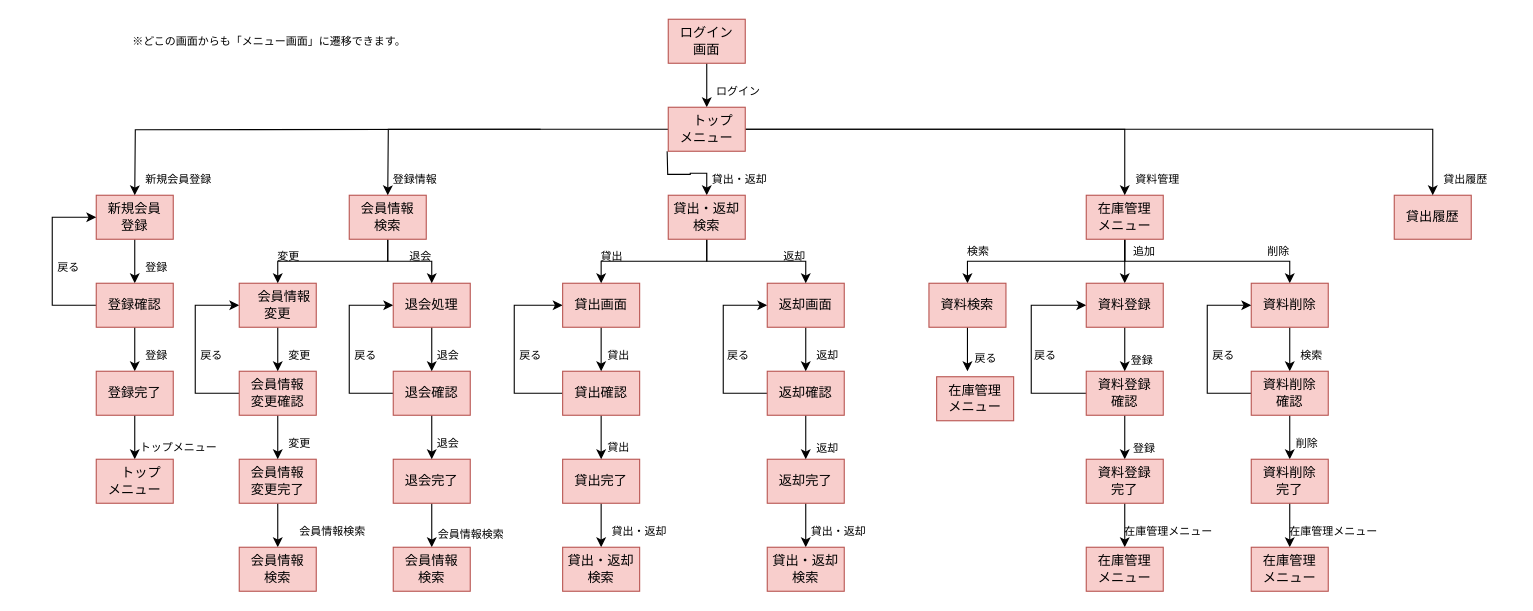
The draw.io diagram チームB.drawio in 2022java42-student004/Library, before the edit. Source tidied: cells renumbered, new cells numbered last; positions are measured from the earlier drawing's top-left corner, leaving out a move shared by most shapes. Both pictures are drawn from the tidied source at 110%, with x=0, y=0 at pixel (19, 19).
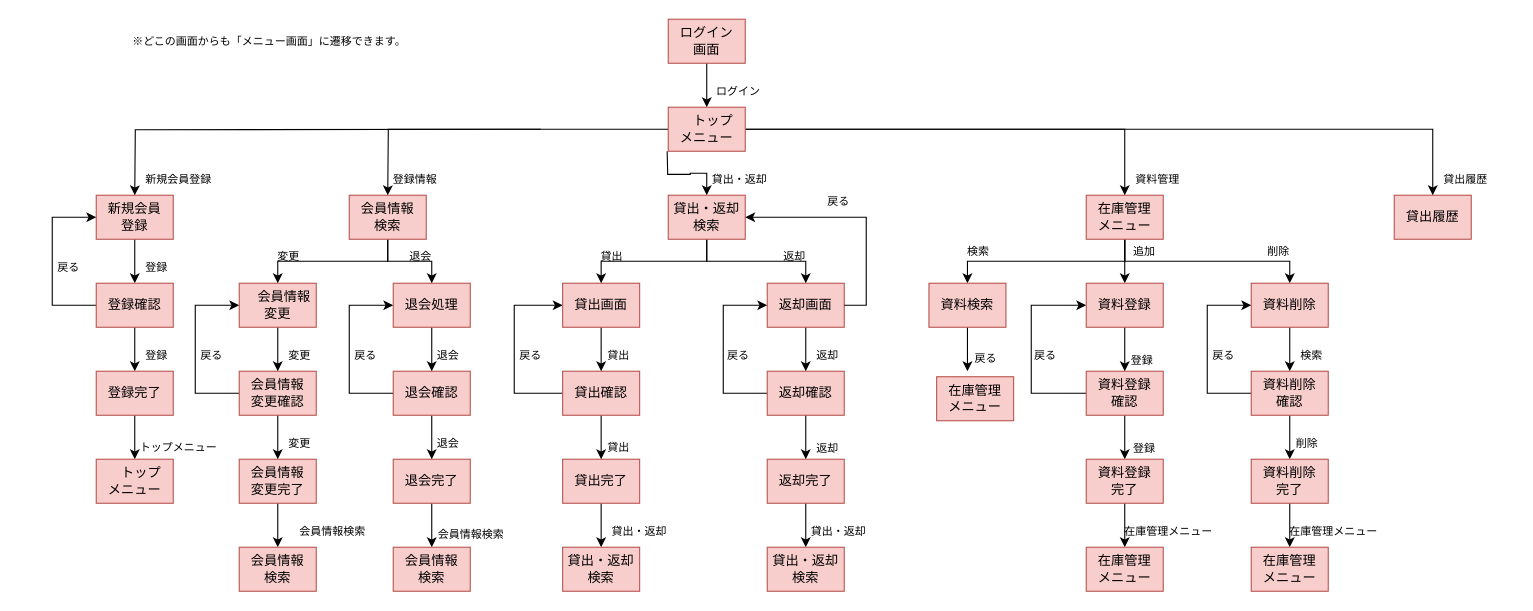
The same page after the edit.

Commit message:
返却画面から戻るを追加

The change refers to these unchanged cells:
```xml
<mxCell id="36" value="返却画面" style="rounded=0;whiteSpace=wrap;html=1;fillColor=#f8cecc;strokeColor=#b85450;" parent="1" vertex="1">
  <mxGeometry x="680" y="240" width="70" height="40" as="geometry" />
</mxCell>
<mxCell id="66" value="貸出・返却&lt;br&gt;検索" style="rounded=0;whiteSpace=wrap;html=1;fillColor=#f8cecc;strokeColor=#b85450;" parent="1" vertex="1">
  <mxGeometry x="590" y="160" width="70" height="40" as="geometry" />
</mxCell>
```

Change to the diagram source:
```diff
@@
+    <mxCell id="127" style="endArrow=classic;html=1;rounded=0;exitX=1;exitY=0.5;exitDx=0;exitDy=0;entryX=1;entryY=0.5;entryDx=0;entryDy=0;" parent="1" edge="1" source="36" target="66">
+      <mxGeometry relative="1" as="geometry">
+        <Array as="points">
+          <mxPoint x="770" y="260" />
+          <mxPoint x="770" y="180" />
+        </Array>
+      </mxGeometry>
+    </mxCell>
+    <mxCell id="128" value="&lt;span style=&quot;font-size: 10px;&quot;&gt;戻る&lt;/span&gt;" style="text;html=1;strokeColor=none;fillColor=none;align=center;verticalAlign=middle;whiteSpace=wrap;rounded=0;fontSize=8;" parent="1" vertex="1">
+      <mxGeometry x="700" y="150" width="90" height="30" as="geometry" />
+    </mxCell>
```
